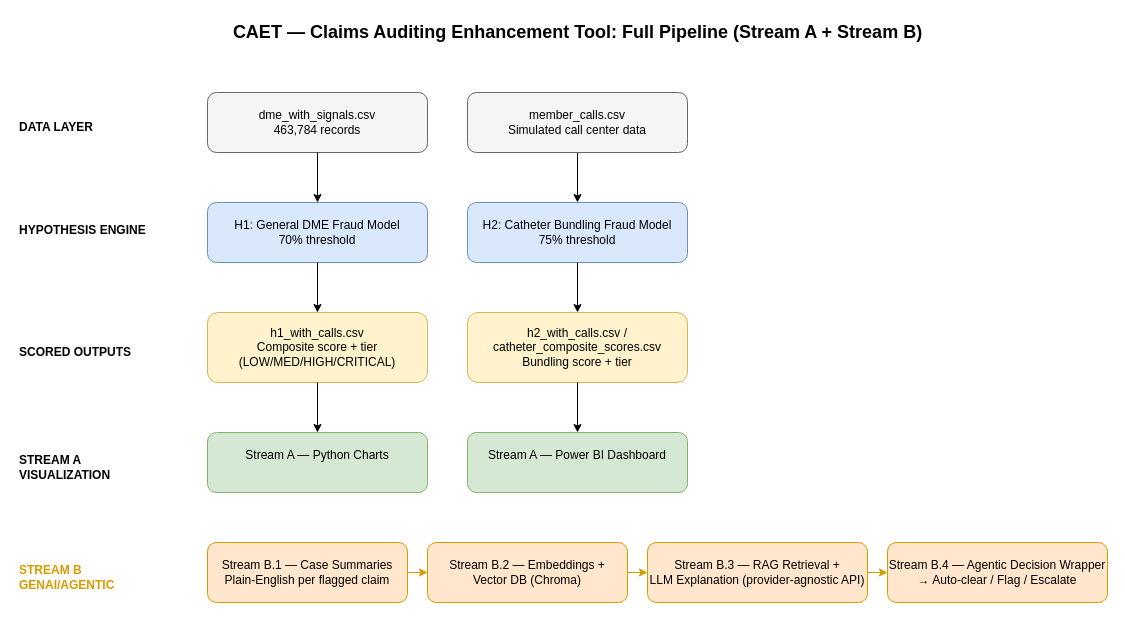
Above: docs/CAET_Pipeline_Schematic.drawio in Onetara/caet-claims-auditing-enhancement-tool (draw.io), before the change. Source tidied: cells renumbered, new cells numbered last; positions are measured from the earlier drawing's top-left corner, leaving out a move shared by most shapes. Both pictures are drawn from the tidied source at 100%, with x=0, y=0 at pixel (17, 17).
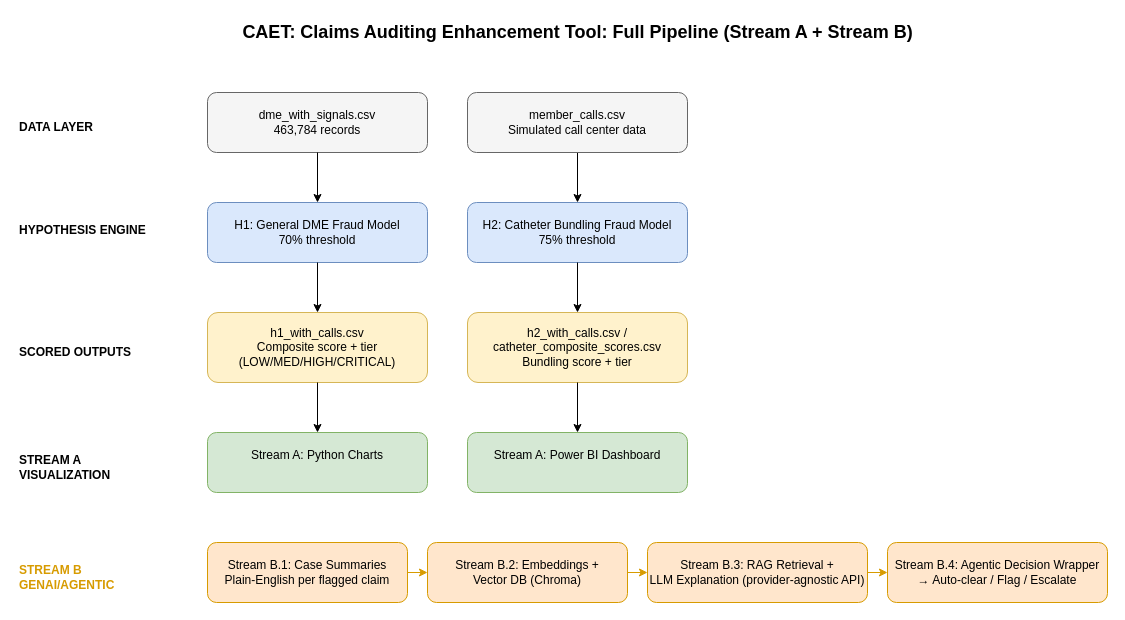
The same page after the edit.

Change to the diagram source:
```diff
@@
-    <mxCell id="2" value="CAET — Claims Auditing Enhancement Tool: Full Pipeline (Stream A + Stream B)" style="text;html=1;fontSize=18;fontStyle=1;align=center;verticalAlign=middle;" parent="1" vertex="1">
+    <mxCell id="2" value="CAET: Claims Auditing Enhancement Tool: Full Pipeline (Stream A + Stream B)" style="text;html=1;fontSize=18;fontStyle=1;align=center;verticalAlign=middle;" parent="1" vertex="1">
       <mxGeometry x="110" width="900" height="30" as="geometry" />
     </mxCell>
@@
-    <mxCell id="15" value="Stream A — Python Charts&lt;div&gt;&lt;br/&gt;&lt;/div&gt;" style="rounded=1;whiteSpace=wrap;html=1;fillColor=#D5E8D4;strokeColor=#82B366;" parent="1" vertex="1">
+    <mxCell id="15" value="Stream A: Python Charts&lt;div&gt;&lt;br/&gt;&lt;/div&gt;" style="rounded=1;whiteSpace=wrap;html=1;fillColor=#D5E8D4;strokeColor=#82B366;" parent="1" vertex="1">
       <mxGeometry x="190" y="415" width="220" height="60" as="geometry" />
     </mxCell>
-    <mxCell id="16" value="Stream A — Power BI Dashboard&lt;div&gt;&lt;br/&gt;&lt;/div&gt;" style="rounded=1;whiteSpace=wrap;html=1;fillColor=#D5E8D4;strokeColor=#82B366;" parent="1" vertex="1">
+    <mxCell id="16" value="Stream A: Power BI Dashboard&lt;div&gt;&lt;br/&gt;&lt;/div&gt;" style="rounded=1;whiteSpace=wrap;html=1;fillColor=#D5E8D4;strokeColor=#82B366;" parent="1" vertex="1">
       <mxGeometry x="450" y="415" width="220" height="60" as="geometry" />
     </mxCell>
-    <mxCell id="17" value="Stream B.1 — Case Summaries&lt;br&gt;Plain-English per flagged claim" style="rounded=1;whiteSpace=wrap;html=1;fillColor=#FFE6CC;strokeColor=#D79B00;" parent="1" vertex="1">
+    <mxCell id="17" value="Stream B.1: Case Summaries&lt;br&gt;Plain-English per flagged claim" style="rounded=1;whiteSpace=wrap;html=1;fillColor=#FFE6CC;strokeColor=#D79B00;" parent="1" vertex="1">
       <mxGeometry x="190" y="525" width="200" height="60" as="geometry" />
     </mxCell>
-    <mxCell id="18" value="Stream B.2 — Embeddings +&lt;br&gt;Vector DB (Chroma)" style="rounded=1;whiteSpace=wrap;html=1;fillColor=#FFE6CC;strokeColor=#D79B00;" parent="1" vertex="1">
+    <mxCell id="18" value="Stream B.2: Embeddings +&lt;br&gt;Vector DB (Chroma)" style="rounded=1;whiteSpace=wrap;html=1;fillColor=#FFE6CC;strokeColor=#D79B00;" parent="1" vertex="1">
       <mxGeometry x="410" y="525" width="200" height="60" as="geometry" />
     </mxCell>
-    <mxCell id="19" value="Stream B.3 — RAG Retrieval +&lt;br&gt;LLM Explanation (provider-agnostic API)" style="rounded=1;whiteSpace=wrap;html=1;fillColor=#FFE6CC;strokeColor=#D79B00;" parent="1" vertex="1">
+    <mxCell id="19" value="Stream B.3: RAG Retrieval +&lt;br&gt;LLM Explanation (provider-agnostic API)" style="rounded=1;whiteSpace=wrap;html=1;fillColor=#FFE6CC;strokeColor=#D79B00;" parent="1" vertex="1">
       <mxGeometry x="630" y="525" width="220" height="60" as="geometry" />
     </mxCell>
-    <mxCell id="20" value="Stream B.4 — Agentic Decision Wrapper&lt;br&gt;→ Auto-clear / Flag / Escalate" style="rounded=1;whiteSpace=wrap;html=1;fillColor=#FFE6CC;strokeColor=#D79B00;" parent="1" vertex="1">
+    <mxCell id="20" value="Stream B.4: Agentic Decision Wrapper&lt;br&gt;→ Auto-clear / Flag / Escalate" style="rounded=1;whiteSpace=wrap;html=1;fillColor=#FFE6CC;strokeColor=#D79B00;" parent="1" vertex="1">
       <mxGeometry x="870" y="525" width="220" height="60" as="geometry" />
     </mxCell>
```
